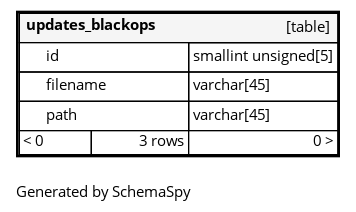
The Graphviz diagram diagrams/tables/updates_blackops.1degree.png in ta-forever/db, before a commit. Its source is kept beside it as diagrams/tables/updates_blackops.1degree.dot.
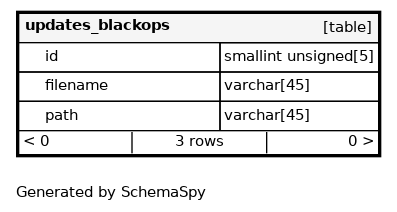
Later version of the same file.

Diff of the diagram source:
```diff
@@ -1,13 +1,13 @@
 digraph "oneDegreeRelationshipsDiagram" {
-  graph [    rankdir="RL"    bgcolor="#ffffff"    label="\nGenerated by SchemaSpy"    labeljust="l"    nodesep="0.18"    ranksep="0.46"    fontname="Helvetica"    fontsize="11"    ration="compress"  ];  node [    fontname="Helvetica"    fontsize="11"    shape="plaintext"  ];  edge [    arrowsize="0.8"  ];
+  graph [    rankdir="RL"    bgcolor="#ffffff"    label="\nGenerated by SchemaSpy"    labeljust="l"    nodesep="0.18"    ranksep="0.46"    fontname="Helvetica"    fontsize="11"    packmode="graph"  ];  node [    fontname="Helvetica"    fontsize="11"    shape="plaintext"  ];  edge [    arrowsize="0.8"  ];
   "updates_blackops" [
    label=<
     <TABLE BORDER="2" CELLBORDER="1" CELLSPACING="0" BGCOLOR="#ffffff">
-      <TR><TD COLSPAN="4"  BGCOLOR="#f5f5f5"><TABLE BORDER="0" CELLSPACING="0"><TR><TD ALIGN="LEFT" FIXEDSIZE="TRUE" WIDTH="106" HEIGHT="16"><B>updates_blackops</B></TD><TD ALIGN="RIGHT">[table]</TD></TR></TABLE></TD></TR>
-      <TR><TD PORT="id" COLSPAN="2" BGCOLOR="#ffffff" ALIGN="LEFT"><TABLE BORDER="0" CELLSPACING="0" ALIGN="LEFT"><TR ALIGN="LEFT"><TD ALIGN="LEFT" FIXEDSIZE="TRUE" WIDTH="15" HEIGHT="16"></TD><TD ALIGN="LEFT" FIXEDSIZE="TRUE" WIDTH="106" HEIGHT="16">id</TD></TR></TABLE></TD><TD PORT="id.type" ALIGN="LEFT">smallint unsigned[5]</TD></TR>
-      <TR><TD PORT="filename" COLSPAN="2" ALIGN="LEFT"><TABLE BORDER="0" CELLSPACING="0" ALIGN="LEFT"><TR ALIGN="LEFT"><TD ALIGN="LEFT" FIXEDSIZE="TRUE" WIDTH="15" HEIGHT="16"></TD><TD ALIGN="LEFT" FIXEDSIZE="TRUE" WIDTH="106" HEIGHT="16">filename</TD></TR></TABLE></TD><TD PORT="filename.type" ALIGN="LEFT">varchar[45]</TD></TR>
-      <TR><TD PORT="path" COLSPAN="2" ALIGN="LEFT"><TABLE BORDER="0" CELLSPACING="0" ALIGN="LEFT"><TR ALIGN="LEFT"><TD ALIGN="LEFT" FIXEDSIZE="TRUE" WIDTH="15" HEIGHT="16"></TD><TD ALIGN="LEFT" FIXEDSIZE="TRUE" WIDTH="106" HEIGHT="16">path</TD></TR></TABLE></TD><TD PORT="path.type" ALIGN="LEFT">varchar[45]</TD></TR>
-      <TR><TD ALIGN="LEFT" BGCOLOR="#ffffff">&lt; 0</TD><TD ALIGN="RIGHT" BGCOLOR="#ffffff">3 rows</TD><TD ALIGN="RIGHT" BGCOLOR="#ffffff">0 &gt;</TD></TR>
+      <TR><TD COLSPAN="4"  BGCOLOR="#f5f5f5"><TABLE BORDER="0" CELLSPACING="0"><TR><TD ALIGN="LEFT" FIXEDSIZE="TRUE" WIDTH="130" HEIGHT="16"><B>updates_blackops</B></TD><TD ALIGN="RIGHT">[table]</TD></TR></TABLE></TD></TR>
+      <TR><TD PORT="id" COLSPAN="2" BGCOLOR="#ffffff" ALIGN="LEFT"><TABLE BORDER="0" CELLSPACING="0" ALIGN="LEFT"><TR ALIGN="LEFT"><TD ALIGN="LEFT" FIXEDSIZE="TRUE" WIDTH="15" HEIGHT="16"></TD><TD ALIGN="LEFT" FIXEDSIZE="TRUE" WIDTH="130" HEIGHT="16">id</TD></TR></TABLE></TD><TD PORT="id.type" ALIGN="LEFT">smallint unsigned[5]</TD></TR>
+      <TR><TD PORT="filename" COLSPAN="2" ALIGN="LEFT"><TABLE BORDER="0" CELLSPACING="0" ALIGN="LEFT"><TR ALIGN="LEFT"><TD ALIGN="LEFT" FIXEDSIZE="TRUE" WIDTH="15" HEIGHT="16"></TD><TD ALIGN="LEFT" FIXEDSIZE="TRUE" WIDTH="130" HEIGHT="16">filename</TD></TR></TABLE></TD><TD PORT="filename.type" ALIGN="LEFT">varchar[45]</TD></TR>
+      <TR><TD PORT="path" COLSPAN="2" ALIGN="LEFT"><TABLE BORDER="0" CELLSPACING="0" ALIGN="LEFT"><TR ALIGN="LEFT"><TD ALIGN="LEFT" FIXEDSIZE="TRUE" WIDTH="15" HEIGHT="16"></TD><TD ALIGN="LEFT" FIXEDSIZE="TRUE" WIDTH="130" HEIGHT="16">path</TD></TR></TABLE></TD><TD PORT="path.type" ALIGN="LEFT">varchar[45]</TD></TR>
+      <TR><TD ALIGN="LEFT" CELLPADDING="0" BGCOLOR="#ffffff" COLSPAN="4" ><TABLE BORDER="0" CELLBORDER="0" CELLSPACING="0"><TR><TD ALIGN="LEFT" BGCOLOR="#ffffff">&lt; 0</TD><VR/><TD ALIGN="CENTER" BGCOLOR="#ffffff">3 rows</TD><VR/><TD ALIGN="RIGHT" BGCOLOR="#ffffff">0 &gt;</TD></TR></TABLE></TD></TR>
     </TABLE>>
     URL="updates_blackops.html"
     target="_top"
```
